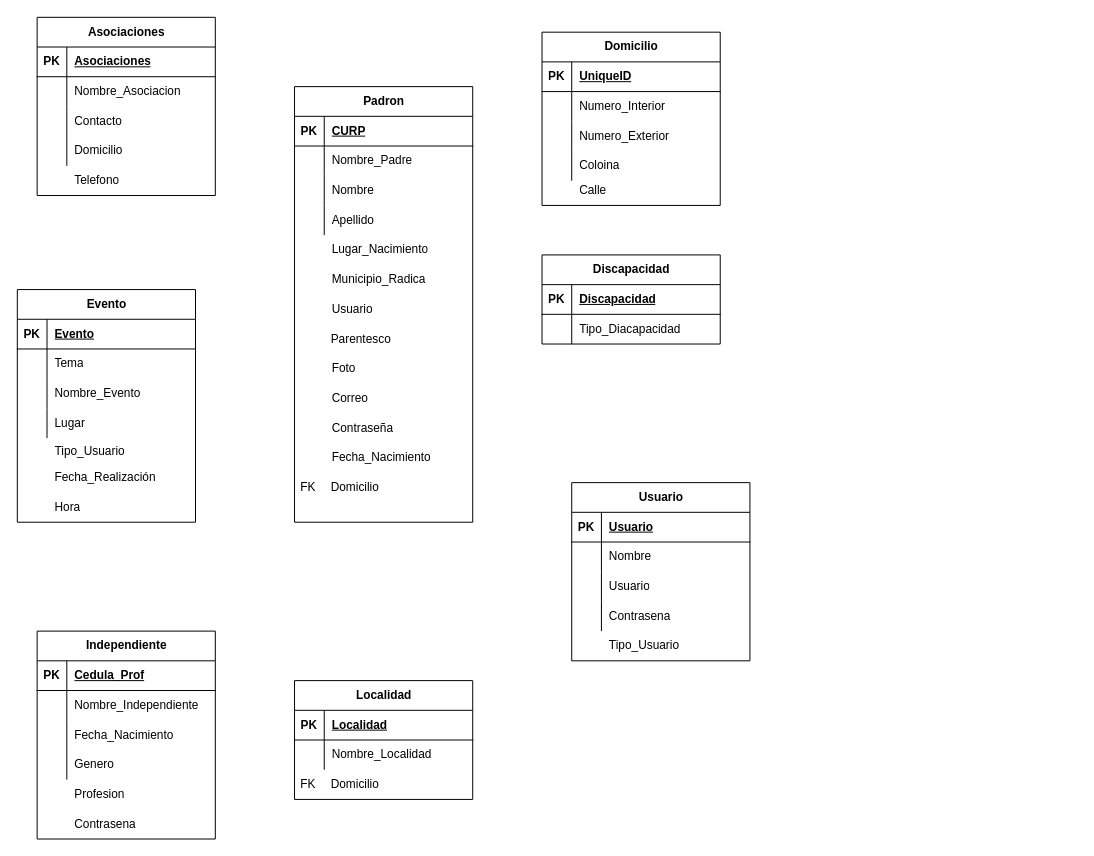
The draw.io diagram Relacional.drawio in OSCARCH2002/diagramas, before the edit. Source tidied: cells renumbered, new cells numbered last; positions are measured from the earlier drawing's top-left corner, leaving out a move shared by most shapes. Both pictures are drawn from the tidied source at 99%, with x=0, y=0 at pixel (17, 17).
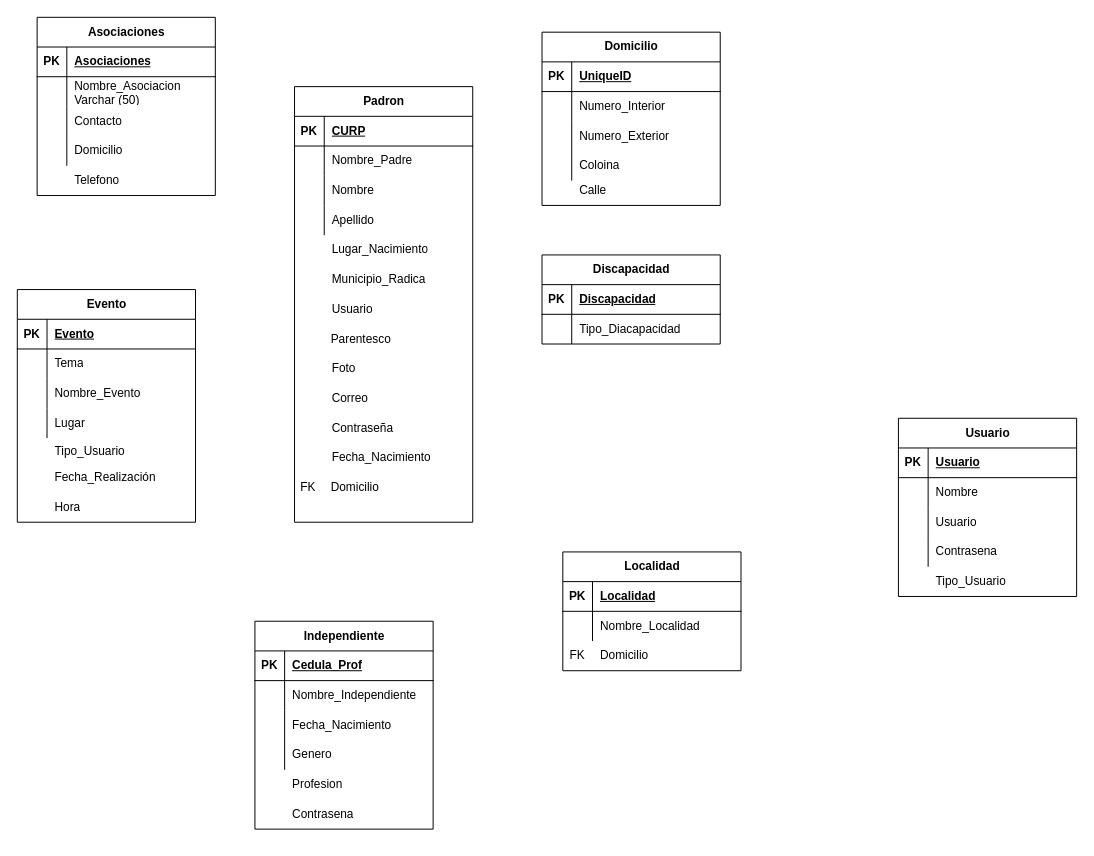
Above is the later version.

The change refers to these unchanged cells:
```xml
<mxCell id="6" style="shape=tableRow;horizontal=0;startSize=0;swimlaneHead=0;swimlaneBody=0;fillColor=none;top=0;left=0;right=0;bottom=0;" parent="2" vertex="1">
  <mxGeometry y="60" width="180" height="30" as="geometry" />
</mxCell>
```

Change to the diagram source:
```diff
@@
-    <mxCell id="8" value="Nombre_Asociacion" style="shape=partialRectangle;fillColor=none;top=0;left=0;bottom=0;right=0;align=left;spacingLeft=6;overflow=hidden;whiteSpace=wrap;html=1;" parent="6" vertex="1">
+    <mxCell id="8" value="Nombre_Asociacion Varchar (50)" style="shape=partialRectangle;fillColor=none;top=0;left=0;bottom=0;right=0;align=left;spacingLeft=6;overflow=hidden;whiteSpace=wrap;html=1;" parent="6" vertex="1">
       <mxGeometry x="30" width="150" height="30" as="geometry" />
     </mxCell>
@@
     <mxCell id="65" value="Localidad" style="shape=table;startSize=30;childLayout=tableLayout;rowLines=0;fontStyle=1;align=center;html=1;" parent="1" vertex="1">
-      <mxGeometry x="280" y="670" width="180" height="120" as="geometry" />
+      <mxGeometry x="551" y="540" width="180" height="120" as="geometry" />
     </mxCell>
@@
     <mxCell id="72" style="shape=table;startSize=0;childLayout=tableLayout;rowLines=0;fontStyle=0;align=center;strokeColor=none;fillColor=none;" parent="1" vertex="1">
-      <mxGeometry x="279" y="760" width="180" height="30" as="geometry" />
+      <mxGeometry x="551" y="630" width="180" height="30" as="geometry" />
     </mxCell>
@@
     <mxCell id="76" value="Usuario" style="shape=table;startSize=30;childLayout=tableLayout;rowLines=0;fontStyle=1;align=center;html=1;" parent="1" vertex="1">
-      <mxGeometry x="560" y="470" width="180" height="180" as="geometry" />
+      <mxGeometry x="890" y="405" width="180" height="180" as="geometry" />
     </mxCell>
@@
     <mxCell id="89" value="Tipo_Usuario" style="shape=partialRectangle;fillColor=none;top=0;left=0;bottom=0;right=0;align=left;spacingLeft=6;overflow=hidden;whiteSpace=wrap;html=1;" parent="1" vertex="1">
-      <mxGeometry x="590" y="620" width="150" height="30" as="geometry" />
+      <mxGeometry x="920" y="555" width="150" height="30" as="geometry" />
     </mxCell>
@@
     <mxCell id="112" value="Independiente" style="shape=table;startSize=30;childLayout=tableLayout;rowLines=0;fontStyle=1;align=center;html=1;" parent="1" vertex="1">
-      <mxGeometry x="20" y="620" width="180" height="210" as="geometry" />
+      <mxGeometry x="240" y="610" width="180" height="210" as="geometry" />
     </mxCell>
@@
     <mxCell id="125" value="Profesion" style="shape=partialRectangle;fillColor=none;top=0;left=0;bottom=0;right=0;align=left;spacingLeft=6;overflow=hidden;whiteSpace=wrap;html=1;" parent="1" vertex="1">
-      <mxGeometry x="50" y="770" width="150" height="30" as="geometry" />
+      <mxGeometry x="270" y="760" width="150" height="30" as="geometry" />
     </mxCell>
     <mxCell id="126" value="Contrasena" style="shape=partialRectangle;fillColor=none;top=0;left=0;bottom=0;right=0;align=left;spacingLeft=6;overflow=hidden;whiteSpace=wrap;html=1;" parent="1" vertex="1">
-      <mxGeometry x="50" y="800" width="150" height="30" as="geometry" />
+      <mxGeometry x="270" y="790" width="150" height="30" as="geometry" />
     </mxCell>
```
